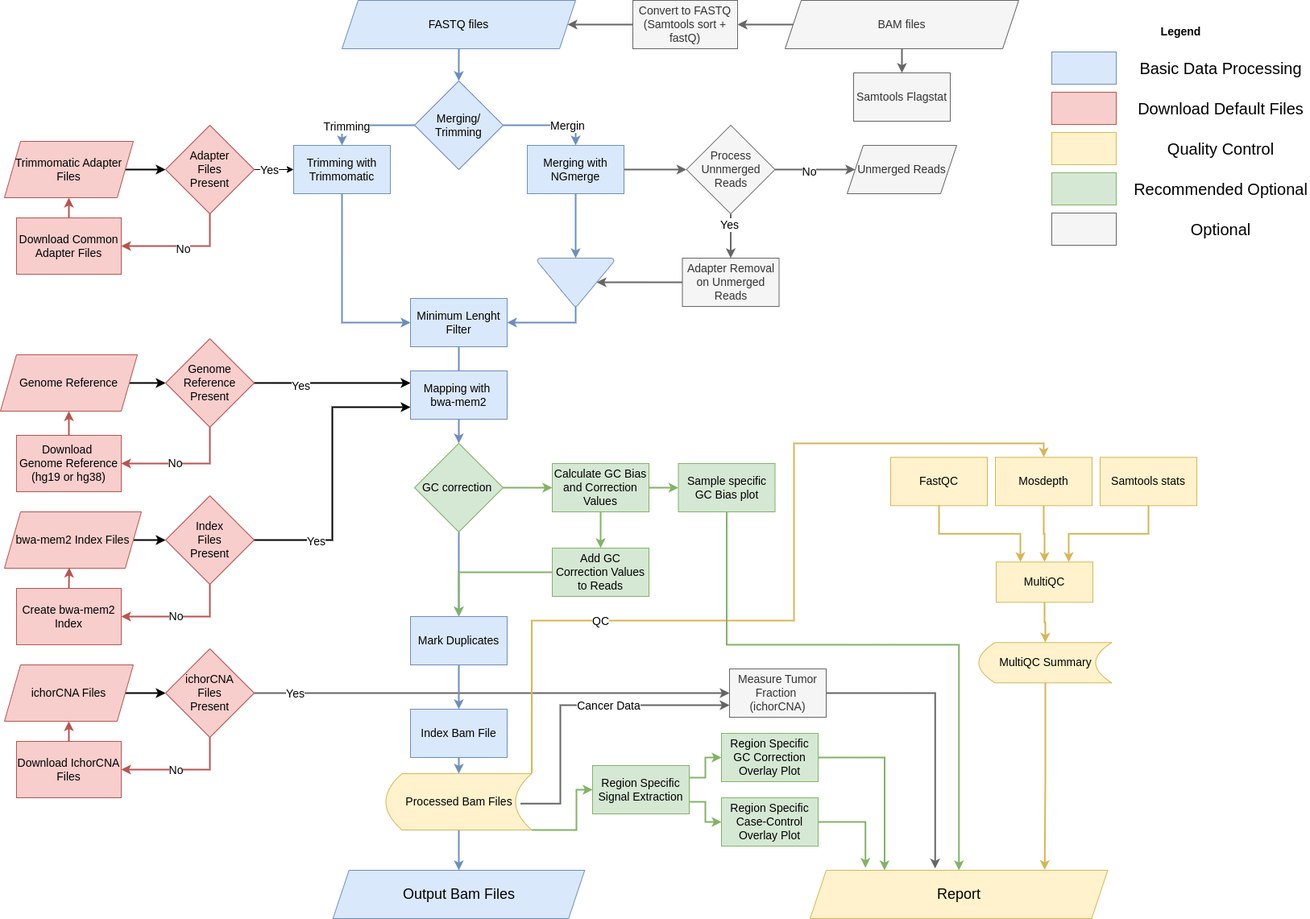
Earlier version of the draw.io export supplement/cfDNA_unifyed_preprocessing.drawio.png (kircherlab/cfDNA-UniFlow). Source tidied: cells renumbered, new cells last; positions are measured from the earlier drawing's top-left corner, leaving out a move shared by most shapes.
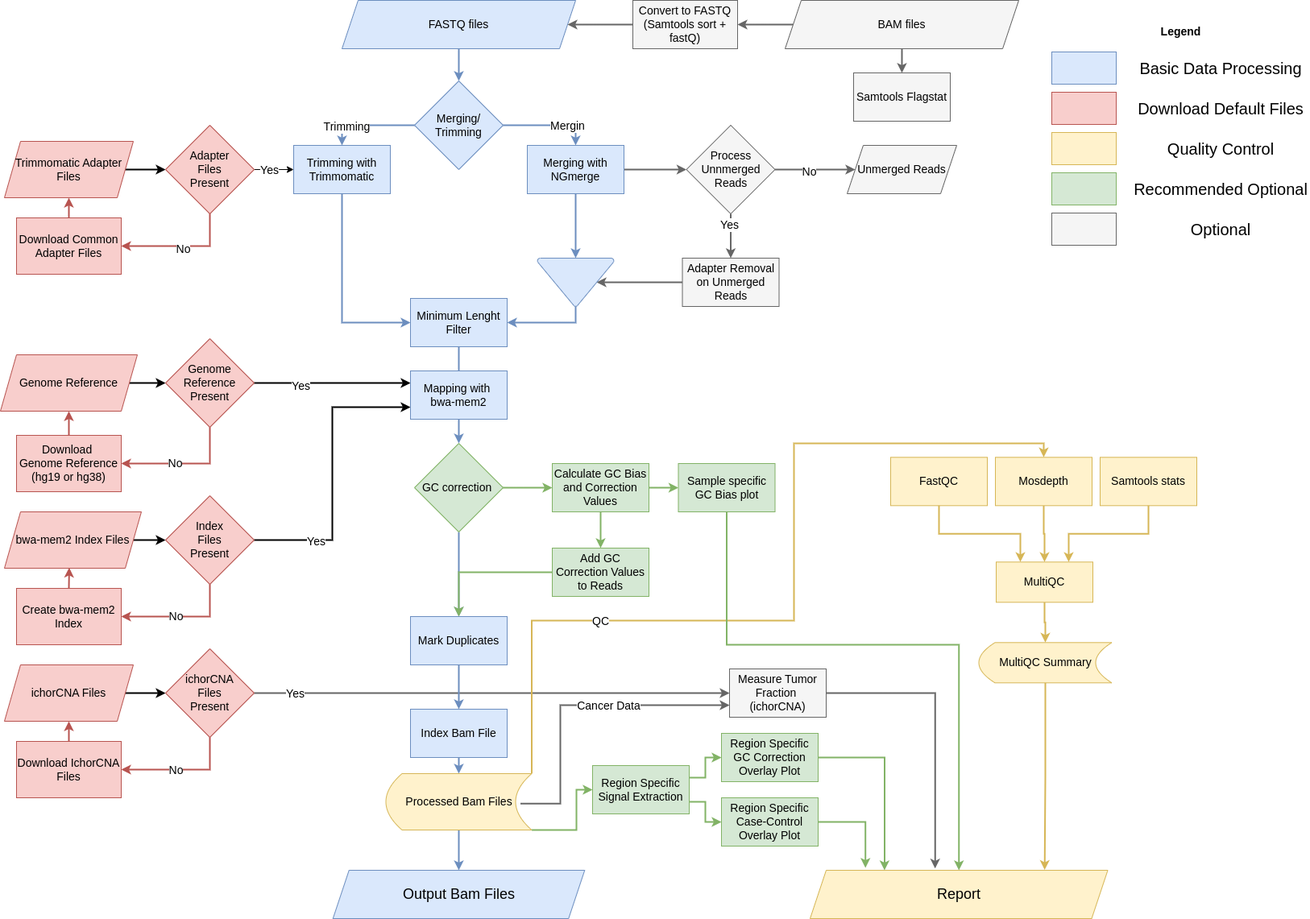
Later version of the same file.

Commit message:
doc: increase readability with background and font color

What changed in the source:
```diff
@@ -42,16 +42,16 @@
     <mxCell id="9" style="edgeStyle=orthogonalEdgeStyle;rounded=0;jettySize=auto;html=1;exitX=0.5;exitY=1;exitDx=0;exitDy=0;strokeWidth=2;fillColor=#f5f5f5;strokeColor=#666666;fontSize=14;" parent="1" edge="1" source="10" target="13">
       <mxGeometry relative="1" as="geometry" />
     </mxCell>
-    <mxCell id="10" value="BAM files" style="shape=parallelogram;perimeter=parallelogramPerimeter;whiteSpace=wrap;html=1;fixedSize=1;fillColor=#f5f5f5;fontColor=#333333;strokeColor=#666666;fontSize=14;" parent="1" vertex="1">
+    <mxCell id="10" value="&lt;font color=&quot;#000000&quot;&gt;BAM files&lt;/font&gt;" style="shape=parallelogram;perimeter=parallelogramPerimeter;whiteSpace=wrap;html=1;fixedSize=1;fillColor=#f5f5f5;fontColor=#333333;strokeColor=#666666;fontSize=14;" parent="1" vertex="1">
       <mxGeometry x="974" width="290" height="60" as="geometry" />
     </mxCell>
     <mxCell id="11" style="edgeStyle=orthogonalEdgeStyle;rounded=0;jettySize=auto;html=1;exitX=0;exitY=0.5;exitDx=0;exitDy=0;entryX=1;entryY=0.5;entryDx=0;entryDy=0;strokeWidth=2;fillColor=#f5f5f5;strokeColor=#666666;fontSize=14;" parent="1" edge="1" source="12" target="7">
       <mxGeometry relative="1" as="geometry" />
     </mxCell>
-    <mxCell id="12" value="Convert to FASTQ&lt;br style=&quot;font-size: 14px;&quot;&gt;(Samtools sort + fastQ)" style="rounded=0;whiteSpace=wrap;html=1;fillColor=#f5f5f5;fontColor=#333333;strokeColor=#666666;fontSize=14;" parent="1" vertex="1">
+    <mxCell id="12" value="&lt;font color=&quot;#000000&quot;&gt;Convert to FASTQ&lt;br style=&quot;font-size: 14px;&quot;&gt;(Samtools sort + fastQ)&lt;/font&gt;" style="rounded=0;whiteSpace=wrap;html=1;fillColor=#f5f5f5;fontColor=#333333;strokeColor=#666666;fontSize=14;" parent="1" vertex="1">
       <mxGeometry x="785" width="130" height="60" as="geometry" />
     </mxCell>
-    <mxCell id="13" value="Samtools Flagstat" style="rounded=0;whiteSpace=wrap;html=1;fillColor=#f5f5f5;fontColor=#333333;strokeColor=#666666;fontSize=14;" parent="1" vertex="1">
+    <mxCell id="13" value="&lt;font color=&quot;#000000&quot;&gt;Samtools Flagstat&lt;/font&gt;" style="rounded=0;whiteSpace=wrap;html=1;fillColor=#f5f5f5;fontColor=#333333;strokeColor=#666666;fontSize=14;" parent="1" vertex="1">
       <mxGeometry x="1059" y="90" width="120" height="60" as="geometry" />
     </mxCell>
     <mxCell id="14" style="edgeStyle=orthogonalEdgeStyle;rounded=0;jettySize=auto;html=1;exitX=1;exitY=0.5;exitDx=0;exitDy=0;entryX=0;entryY=0.5;entryDx=0;entryDy=0;strokeWidth=2;fontSize=14;" parent="1" edge="1" source="15" target="52">
@@ -111,7 +111,7 @@
     <mxCell id="32" style="edgeStyle=orthogonalEdgeStyle;rounded=0;jettySize=auto;html=1;exitX=0;exitY=0.5;exitDx=0;exitDy=0;entryX=0.774;entryY=0.5;entryDx=0;entryDy=0;entryPerimeter=0;strokeWidth=2;fillColor=#f5f5f5;strokeColor=#666666;fontSize=14;" parent="1" edge="1" source="33" target="42">
       <mxGeometry relative="1" as="geometry" />
     </mxCell>
-    <mxCell id="33" value="Adapter Removal on Unmerged Reads" style="rounded=0;whiteSpace=wrap;html=1;fillColor=#f5f5f5;fontColor=#333333;strokeColor=#666666;fontSize=14;" parent="1" vertex="1">
+    <mxCell id="33" value="&lt;font color=&quot;#000000&quot;&gt;Adapter Removal on Unmerged Reads&lt;/font&gt;" style="rounded=0;whiteSpace=wrap;html=1;fillColor=#f5f5f5;fontColor=#333333;strokeColor=#666666;fontSize=14;" parent="1" vertex="1">
       <mxGeometry x="846.5" y="320" width="120" height="60" as="geometry" />
     </mxCell>
     <mxCell id="34" value="Minimum Lenght Filter" style="rounded=0;whiteSpace=wrap;html=1;fillColor=#dae8fc;strokeColor=#6c8ebf;fontSize=14;" parent="1" vertex="1">
@@ -136,10 +136,10 @@
         <mxPoint x="1" as="offset" />
       </mxGeometry>
     </mxCell>
-    <mxCell id="39" value="Process&lt;br style=&quot;font-size: 14px;&quot;&gt;Unnmerged&lt;br style=&quot;font-size: 14px;&quot;&gt;Reads" style="rhombus;whiteSpace=wrap;html=1;fillColor=#f5f5f5;fontColor=#333333;strokeColor=#666666;fontSize=14;" parent="1" vertex="1">
+    <mxCell id="39" value="&lt;font color=&quot;#000000&quot;&gt;Process&lt;br style=&quot;font-size: 14px;&quot;&gt;Unnmerged&lt;br style=&quot;font-size: 14px;&quot;&gt;Reads&lt;/font&gt;" style="rhombus;whiteSpace=wrap;html=1;fillColor=#f5f5f5;fontColor=#333333;strokeColor=#666666;fontSize=14;" parent="1" vertex="1">
       <mxGeometry x="851.5" y="155" width="110" height="110" as="geometry" />
     </mxCell>
-    <mxCell id="40" value="Unmerged Reads" style="shape=parallelogram;perimeter=parallelogramPerimeter;whiteSpace=wrap;html=1;fixedSize=1;fillColor=#f5f5f5;fontColor=#333333;strokeColor=#666666;fontSize=14;" parent="1" vertex="1">
+    <mxCell id="40" value="&lt;font color=&quot;#000000&quot;&gt;Unmerged Reads&lt;/font&gt;" style="shape=parallelogram;perimeter=parallelogramPerimeter;whiteSpace=wrap;html=1;fixedSize=1;fillColor=#f5f5f5;fontColor=#333333;strokeColor=#666666;fontSize=14;" parent="1" vertex="1">
       <mxGeometry x="1051" y="180" width="136" height="60" as="geometry" />
     </mxCell>
     <mxCell id="41" style="edgeStyle=orthogonalEdgeStyle;rounded=0;jettySize=auto;html=1;exitX=0.5;exitY=1;exitDx=0;exitDy=0;exitPerimeter=0;entryX=1;entryY=0.5;entryDx=0;entryDy=0;strokeWidth=2;fillColor=#dae8fc;strokeColor=#6c8ebf;fontSize=14;" parent="1" edge="1" source="42" target="34">
@@ -216,7 +216,7 @@
     <mxCell id="62" style="edgeStyle=orthogonalEdgeStyle;rounded=0;jettySize=auto;html=1;exitX=1;exitY=0.5;exitDx=0;exitDy=0;entryX=0.42;entryY=-0.036;entryDx=0;entryDy=0;entryPerimeter=0;strokeWidth=2;fillColor=#f5f5f5;strokeColor=#666666;" parent="1" edge="1" source="63" target="72">
       <mxGeometry relative="1" as="geometry" />
     </mxCell>
-    <mxCell id="63" value="Measure Tumor Fraction&amp;nbsp;&lt;br style=&quot;font-size: 14px;&quot;&gt;(ichorCNA)" style="rounded=0;whiteSpace=wrap;html=1;fillColor=#f5f5f5;fontColor=#333333;strokeColor=#666666;fontSize=14;" parent="1" vertex="1">
+    <mxCell id="63" value="&lt;font color=&quot;#000000&quot;&gt;Measure Tumor Fraction&amp;nbsp;&lt;br style=&quot;font-size: 14px;&quot;&gt;(ichorCNA)&lt;/font&gt;" style="rounded=0;whiteSpace=wrap;html=1;fillColor=#f5f5f5;fontColor=#333333;strokeColor=#666666;fontSize=14;" parent="1" vertex="1">
       <mxGeometry x="905" y="830" width="120" height="60" as="geometry" />
     </mxCell>
     <mxCell id="64" style="edgeStyle=orthogonalEdgeStyle;rounded=0;jettySize=auto;html=1;exitX=0.5;exitY=1;exitDx=0;exitDy=0;entryX=1;entryY=0.5;entryDx=0;entryDy=0;strokeWidth=2;fillColor=#f8cecc;strokeColor=#b85450;fontSize=14;" parent="1" edge="1" source="66" target="21">
```
